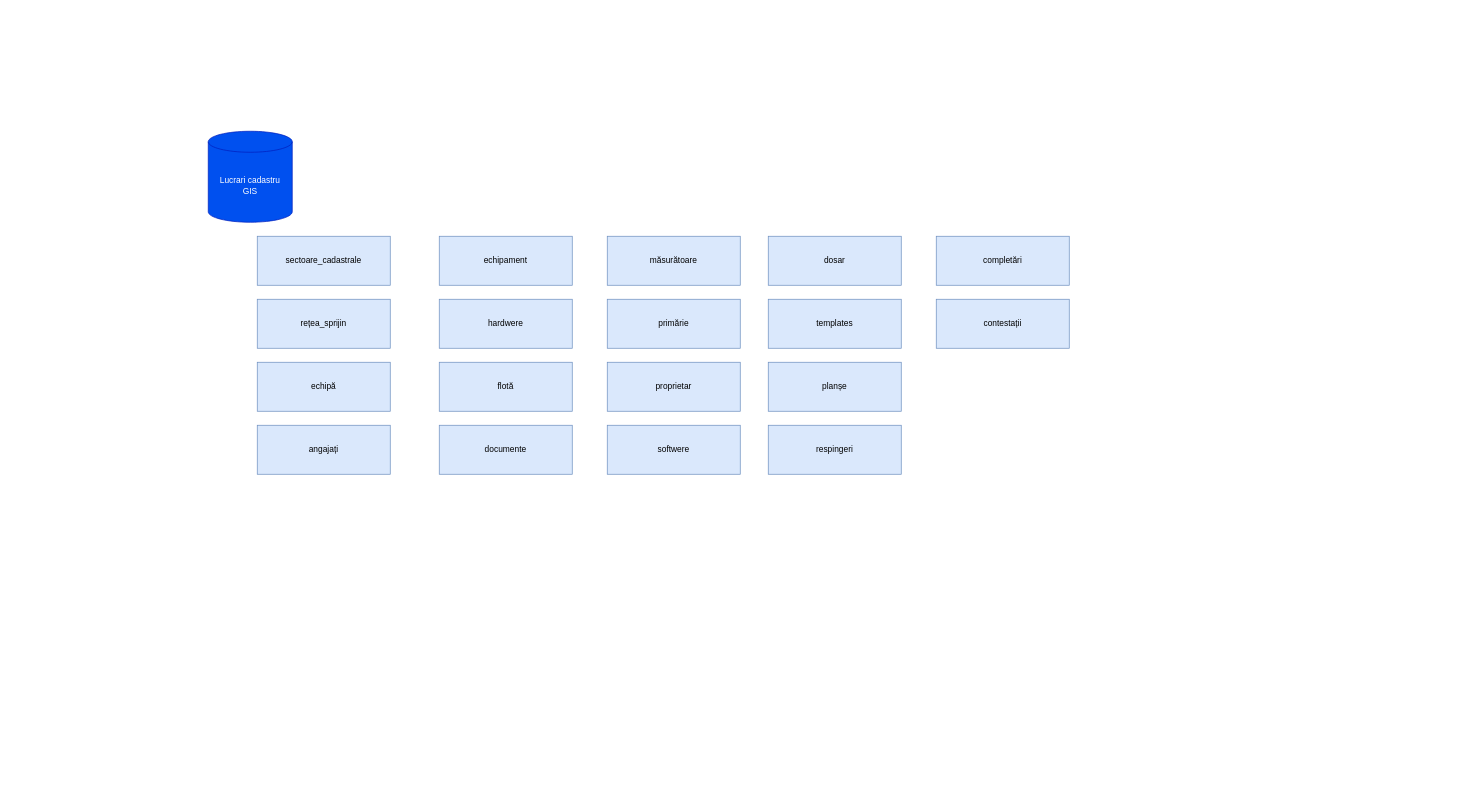
Before: model_abstract.drawio in AndreeaRusanda/modelare_db, a draw.io diagram. Source tidied: cells renumbered, new cells numbered last; positions are measured from the earlier drawing's top-left corner, leaving out a move shared by most shapes. Both pictures are drawn from the tidied source at 70%, with x=0, y=0 at pixel (208, 131).
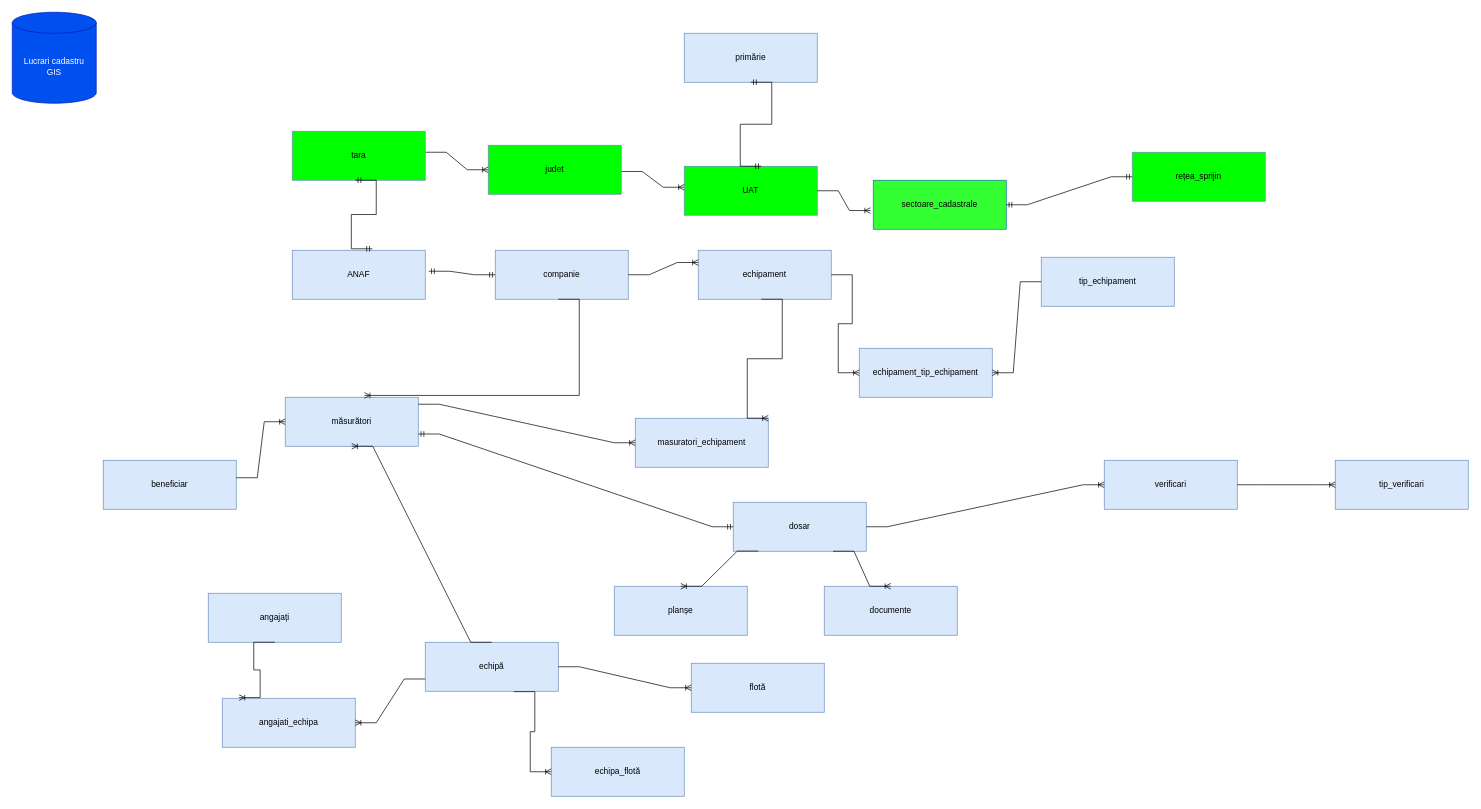
After the change.

What changed in the source:
```diff
@@
     <mxCell id="2" value="Lucrari cadastru &lt;br&gt;GIS" style="shape=cylinder3;whiteSpace=wrap;html=1;boundedLbl=1;backgroundOutline=1;size=15;fillColor=#0050ef;strokeColor=#001DBC;fontColor=#ffffff;" parent="1" vertex="1">
-      <mxGeometry width="120" height="130" as="geometry" />
+      <mxGeometry x="-280" y="-170" width="120" height="130" as="geometry" />
     </mxCell>
-    <mxCell id="3" value="sectoare_cadastrale" style="rounded=0;whiteSpace=wrap;html=1;fillColor=#dae8fc;strokeColor=#6c8ebf;" parent="1" vertex="1">
-      <mxGeometry x="70" y="150" width="190" height="70" as="geometry" />
+    <mxCell id="3" value="sectoare_cadastrale" style="rounded=0;whiteSpace=wrap;html=1;fillColor=#33FF33;strokeColor=#10739e;" parent="1" vertex="1">
+      <mxGeometry x="950" y="70" width="190" height="70" as="geometry" />
     </mxCell>
-    <mxCell id="4" value="rețea_sprijin" style="rounded=0;whiteSpace=wrap;html=1;fillColor=#dae8fc;strokeColor=#6c8ebf;" parent="1" vertex="1">
-      <mxGeometry x="70" y="240" width="190" height="70" as="geometry" />
+    <mxCell id="4" value="rețea_sprijin" style="rounded=0;whiteSpace=wrap;html=1;fillColor=#00FF00;strokeColor=#6c8ebf;" parent="1" vertex="1">
+      <mxGeometry x="1320" y="30" width="190" height="70" as="geometry" />
     </mxCell>
     <mxCell id="5" value="echipă" style="rounded=0;whiteSpace=wrap;html=1;fillColor=#dae8fc;strokeColor=#6c8ebf;" parent="1" vertex="1">
-      <mxGeometry x="70" y="330" width="190" height="70" as="geometry" />
+      <mxGeometry x="310" y="730" width="190" height="70" as="geometry" />
     </mxCell>
     <mxCell id="6" value="angajați" style="rounded=0;whiteSpace=wrap;html=1;fillColor=#dae8fc;strokeColor=#6c8ebf;" parent="1" vertex="1">
-      <mxGeometry x="70" y="420" width="190" height="70" as="geometry" />
+      <mxGeometry y="660" width="190" height="70" as="geometry" />
     </mxCell>
     <mxCell id="7" value="echipament" style="rounded=0;whiteSpace=wrap;html=1;fillColor=#dae8fc;strokeColor=#6c8ebf;" parent="1" vertex="1">
-      <mxGeometry x="330" y="150" width="190" height="70" as="geometry" />
+      <mxGeometry x="700" y="170" width="190" height="70" as="geometry" />
     </mxCell>
-    <mxCell id="8" value="hardwere" style="rounded=0;whiteSpace=wrap;html=1;fillColor=#dae8fc;strokeColor=#6c8ebf;" parent="1" vertex="1">
-      <mxGeometry x="330" y="240" width="190" height="70" as="geometry" />
-    </mxCell>
     <mxCell id="9" value="flotă" style="rounded=0;whiteSpace=wrap;html=1;fillColor=#dae8fc;strokeColor=#6c8ebf;" parent="1" vertex="1">
-      <mxGeometry x="330" y="330" width="190" height="70" as="geometry" />
+      <mxGeometry x="690" y="760" width="190" height="70" as="geometry" />
     </mxCell>
     <mxCell id="10" value="documente" style="rounded=0;whiteSpace=wrap;html=1;fillColor=#dae8fc;strokeColor=#6c8ebf;" parent="1" vertex="1">
-      <mxGeometry x="330" y="420" width="190" height="70" as="geometry" />
+      <mxGeometry x="880" y="650" width="190" height="70" as="geometry" />
     </mxCell>
-    <mxCell id="11" value="măsurătoare" style="rounded=0;whiteSpace=wrap;html=1;fillColor=#dae8fc;strokeColor=#6c8ebf;" parent="1" vertex="1">
-      <mxGeometry x="570" y="150" width="190" height="70" as="geometry" />
+    <mxCell id="11" value="măsurători" style="rounded=0;whiteSpace=wrap;html=1;fillColor=#dae8fc;strokeColor=#6c8ebf;" parent="1" vertex="1">
+      <mxGeometry x="110" y="380" width="190" height="70" as="geometry" />
     </mxCell>
     <mxCell id="12" value="primărie" style="rounded=0;whiteSpace=wrap;html=1;fillColor=#dae8fc;strokeColor=#6c8ebf;" parent="1" vertex="1">
-      <mxGeometry x="570" y="240" width="190" height="70" as="geometry" />
+      <mxGeometry x="680" y="-140" width="190" height="70" as="geometry" />
     </mxCell>
-    <mxCell id="13" value="proprietar" style="rounded=0;whiteSpace=wrap;html=1;fillColor=#dae8fc;strokeColor=#6c8ebf;" parent="1" vertex="1">
-      <mxGeometry x="570" y="330" width="190" height="70" as="geometry" />
+    <mxCell id="13" value="beneficiar" style="rounded=0;whiteSpace=wrap;html=1;fillColor=#dae8fc;strokeColor=#6c8ebf;" parent="1" vertex="1">
+      <mxGeometry x="-150" y="470" width="190" height="70" as="geometry" />
     </mxCell>
-    <mxCell id="14" value="softwere" style="rounded=0;whiteSpace=wrap;html=1;fillColor=#dae8fc;strokeColor=#6c8ebf;" parent="1" vertex="1">
-      <mxGeometry x="570" y="420" width="190" height="70" as="geometry" />
+    <mxCell id="14" value="echipament_tip_echipament" style="rounded=0;whiteSpace=wrap;html=1;fillColor=#dae8fc;strokeColor=#6c8ebf;" parent="1" vertex="1">
+      <mxGeometry x="930" y="310" width="190" height="70" as="geometry" />
     </mxCell>
     <mxCell id="15" value="dosar" style="rounded=0;whiteSpace=wrap;html=1;fillColor=#dae8fc;strokeColor=#6c8ebf;" parent="1" vertex="1">
-      <mxGeometry x="800" y="150" width="190" height="70" as="geometry" />
+      <mxGeometry x="750" y="530" width="190" height="70" as="geometry" />
     </mxCell>
-    <mxCell id="16" value="templates" style="rounded=0;whiteSpace=wrap;html=1;fillColor=#dae8fc;strokeColor=#6c8ebf;" parent="1" vertex="1">
-      <mxGeometry x="800" y="240" width="190" height="70" as="geometry" />
-    </mxCell>
     <mxCell id="17" value="planșe" style="rounded=0;whiteSpace=wrap;html=1;fillColor=#dae8fc;strokeColor=#6c8ebf;" parent="1" vertex="1">
-      <mxGeometry x="800" y="330" width="190" height="70" as="geometry" />
+      <mxGeometry x="580" y="650" width="190" height="70" as="geometry" />
     </mxCell>
-    <mxCell id="18" value="respingeri" style="rounded=0;whiteSpace=wrap;html=1;fillColor=#dae8fc;strokeColor=#6c8ebf;" parent="1" vertex="1">
-      <mxGeometry x="800" y="420" width="190" height="70" as="geometry" />
-    </mxCell>
-    <mxCell id="19" value="completări" style="rounded=0;whiteSpace=wrap;html=1;fillColor=#dae8fc;strokeColor=#6c8ebf;" parent="1" vertex="1">
-      <mxGeometry x="1040" y="150" width="190" height="70" as="geometry" />
-    </mxCell>
-    <mxCell id="20" value="contestații" style="rounded=0;whiteSpace=wrap;html=1;fillColor=#dae8fc;strokeColor=#6c8ebf;" parent="1" vertex="1">
-      <mxGeometry x="1040" y="240" width="190" height="70" as="geometry" />
-    </mxCell>
+    <mxCell id="21" value="UAT" style="rounded=0;whiteSpace=wrap;html=1;fillColor=#00FF00;strokeColor=#6c8ebf;" parent="1" vertex="1">
+      <mxGeometry x="680" y="50" width="190" height="70" as="geometry" />
+    </mxCell>
+    <mxCell id="22" style="edgeStyle=entityRelationEdgeStyle;fontSize=12;html=1;endArrow=ERoneToMany;rounded=0;entryX=0;entryY=0.75;entryDx=0;entryDy=0;" parent="1" edge="1">
+      <mxGeometry relative="1" as="geometry">
+        <mxPoint x="590" y="57.5" as="sourcePoint" />
+        <mxPoint x="680" y="80" as="targetPoint" />
+        <Array as="points">
+          <mxPoint x="590" y="7.5" />
+        </Array>
+      </mxGeometry>
+    </mxCell>
+    <mxCell id="23" value="judet" style="rounded=0;whiteSpace=wrap;html=1;fillColor=#00FF00;strokeColor=#6c8ebf;" parent="1" vertex="1">
+      <mxGeometry x="400" y="20" width="190" height="70" as="geometry" />
+    </mxCell>
+    <mxCell id="24" style="edgeStyle=entityRelationEdgeStyle;fontSize=12;html=1;endArrow=ERoneToMany;rounded=0;entryX=0;entryY=0.5;entryDx=0;entryDy=0;" parent="1" edge="1" target="23">
+      <mxGeometry relative="1" as="geometry">
+        <mxPoint x="310" y="30" as="sourcePoint" />
+      </mxGeometry>
+    </mxCell>
+    <mxCell id="25" value="tara" style="rounded=0;whiteSpace=wrap;html=1;fillColor=#00FF00;strokeColor=#6c8ebf;" parent="1" vertex="1">
+      <mxGeometry x="120" width="190" height="70" as="geometry" />
+    </mxCell>
+    <mxCell id="26" style="edgeStyle=entityRelationEdgeStyle;fontSize=12;html=1;endArrow=ERoneToMany;rounded=0;entryX=-0.021;entryY=0.618;entryDx=0;entryDy=0;entryPerimeter=0;" parent="1" edge="1" target="3">
+      <mxGeometry relative="1" as="geometry">
+        <mxPoint x="870" y="85" as="sourcePoint" />
+      </mxGeometry>
+    </mxCell>
+    <mxCell id="27" value="companie" style="rounded=0;whiteSpace=wrap;html=1;fillColor=#dae8fc;strokeColor=#6c8ebf;" parent="1" vertex="1">
+      <mxGeometry x="410" y="170" width="190" height="70" as="geometry" />
+    </mxCell>
+    <mxCell id="28" style="edgeStyle=entityRelationEdgeStyle;fontSize=12;html=1;endArrow=ERoneToMany;rounded=0;entryX=0;entryY=0.25;entryDx=0;entryDy=0;exitX=1;exitY=0.5;exitDx=0;exitDy=0;" parent="1" edge="1" source="27" target="7">
+      <mxGeometry relative="1" as="geometry" />
+    </mxCell>
+    <mxCell id="29" value="ANAF" style="rounded=0;whiteSpace=wrap;html=1;fillColor=#dae8fc;strokeColor=#6c8ebf;" parent="1" vertex="1">
+      <mxGeometry x="120" y="170" width="190" height="70" as="geometry" />
+    </mxCell>
+    <mxCell id="30" style="edgeStyle=entityRelationEdgeStyle;fontSize=12;html=1;endArrow=ERmandOne;startArrow=ERmandOne;rounded=0;entryX=0;entryY=0.5;entryDx=0;entryDy=0;" parent="1" edge="1" target="27">
+      <mxGeometry relative="1" as="geometry">
+        <mxPoint x="315" y="200" as="sourcePoint" />
+      </mxGeometry>
+    </mxCell>
+    <mxCell id="31" style="edgeStyle=entityRelationEdgeStyle;fontSize=12;html=1;endArrow=ERmandOne;startArrow=ERmandOne;rounded=0;entryX=0.602;entryY=-0.03;entryDx=0;entryDy=0;entryPerimeter=0;" parent="1" edge="1" target="29">
+      <mxGeometry relative="1" as="geometry">
+        <mxPoint x="210" y="70" as="sourcePoint" />
+      </mxGeometry>
+    </mxCell>
+    <mxCell id="32" value="masuratori_echipament" style="rounded=0;whiteSpace=wrap;html=1;fillColor=#dae8fc;strokeColor=#6c8ebf;" parent="1" vertex="1">
+      <mxGeometry x="610" y="410" width="190" height="70" as="geometry" />
+    </mxCell>
+    <mxCell id="33" style="edgeStyle=entityRelationEdgeStyle;fontSize=12;html=1;endArrow=ERoneToMany;rounded=0;entryX=0.595;entryY=-0.037;entryDx=0;entryDy=0;entryPerimeter=0;" parent="1" edge="1" target="11">
+      <mxGeometry relative="1" as="geometry">
+        <mxPoint x="500" y="240" as="sourcePoint" />
+      </mxGeometry>
+    </mxCell>
+    <mxCell id="34" style="edgeStyle=entityRelationEdgeStyle;fontSize=12;html=1;endArrow=ERoneToMany;rounded=0;entryX=1;entryY=0;entryDx=0;entryDy=0;" parent="1" edge="1" target="32">
+      <mxGeometry relative="1" as="geometry">
+        <mxPoint x="790" y="240" as="sourcePoint" />
+      </mxGeometry>
+    </mxCell>
+    <mxCell id="35" style="edgeStyle=entityRelationEdgeStyle;fontSize=12;html=1;endArrow=ERoneToMany;rounded=0;entryX=0;entryY=0.5;entryDx=0;entryDy=0;" parent="1" edge="1" target="32">
+      <mxGeometry relative="1" as="geometry">
+        <mxPoint x="300" y="390" as="sourcePoint" />
+      </mxGeometry>
+    </mxCell>
+    <mxCell id="36" value="angajati_echipa" style="rounded=0;whiteSpace=wrap;html=1;fillColor=#dae8fc;strokeColor=#6c8ebf;" parent="1" vertex="1">
+      <mxGeometry x="20" y="810" width="190" height="70" as="geometry" />
+    </mxCell>
+    <mxCell id="37" style="edgeStyle=entityRelationEdgeStyle;fontSize=12;html=1;endArrow=ERoneToMany;rounded=0;entryX=0.127;entryY=-0.013;entryDx=0;entryDy=0;entryPerimeter=0;exitX=0.5;exitY=1;exitDx=0;exitDy=0;" parent="1" edge="1" source="6" target="36">
+      <mxGeometry relative="1" as="geometry" />
+    </mxCell>
+    <mxCell id="38" style="edgeStyle=entityRelationEdgeStyle;fontSize=12;html=1;endArrow=ERoneToMany;rounded=0;entryX=1;entryY=0.5;entryDx=0;entryDy=0;exitX=0;exitY=0.75;exitDx=0;exitDy=0;" parent="1" edge="1" source="5" target="36">
+      <mxGeometry relative="1" as="geometry">
+        <Array as="points">
+          <mxPoint x="380" y="840" />
+          <mxPoint x="410" y="850" />
+        </Array>
+      </mxGeometry>
+    </mxCell>
+    <mxCell id="39" style="edgeStyle=entityRelationEdgeStyle;fontSize=12;html=1;endArrow=ERoneToMany;rounded=0;exitX=0.5;exitY=0;exitDx=0;exitDy=0;entryX=0.5;entryY=1;entryDx=0;entryDy=0;" parent="1" edge="1" source="5" target="11">
+      <mxGeometry relative="1" as="geometry" />
+    </mxCell>
+    <mxCell id="40" value="echipa_flotă" style="rounded=0;whiteSpace=wrap;html=1;fillColor=#dae8fc;strokeColor=#6c8ebf;" parent="1" vertex="1">
+      <mxGeometry x="490" y="880" width="190" height="70" as="geometry" />
+    </mxCell>
+    <mxCell id="41" style="edgeStyle=entityRelationEdgeStyle;fontSize=12;html=1;endArrow=ERoneToMany;rounded=0;entryX=0;entryY=0.5;entryDx=0;entryDy=0;exitX=0.666;exitY=1.008;exitDx=0;exitDy=0;exitPerimeter=0;" parent="1" edge="1" source="5" target="40">
+      <mxGeometry relative="1" as="geometry" />
+    </mxCell>
+    <mxCell id="42" style="edgeStyle=entityRelationEdgeStyle;fontSize=12;html=1;endArrow=ERoneToMany;rounded=0;entryX=0;entryY=0.5;entryDx=0;entryDy=0;exitX=1;exitY=0.5;exitDx=0;exitDy=0;" parent="1" edge="1" source="5" target="9">
+      <mxGeometry relative="1" as="geometry" />
+    </mxCell>
+    <mxCell id="43" style="edgeStyle=entityRelationEdgeStyle;fontSize=12;html=1;endArrow=ERmandOne;startArrow=ERmandOne;rounded=0;entryX=0;entryY=0.5;entryDx=0;entryDy=0;exitX=1;exitY=0.5;exitDx=0;exitDy=0;" parent="1" edge="1" source="3" target="4">
+      <mxGeometry relative="1" as="geometry" />
+    </mxCell>
+    <mxCell id="44" style="edgeStyle=entityRelationEdgeStyle;fontSize=12;html=1;endArrow=ERmandOne;startArrow=ERmandOne;rounded=0;entryX=0.579;entryY=0;entryDx=0;entryDy=0;entryPerimeter=0;exitX=0.5;exitY=1;exitDx=0;exitDy=0;" parent="1" edge="1" source="12" target="21">
+      <mxGeometry relative="1" as="geometry" />
+    </mxCell>
+    <mxCell id="45" style="edgeStyle=entityRelationEdgeStyle;fontSize=12;html=1;endArrow=ERoneToMany;rounded=0;entryX=0;entryY=0.5;entryDx=0;entryDy=0;" parent="1" edge="1" target="11">
+      <mxGeometry relative="1" as="geometry">
+        <mxPoint x="40" y="495" as="sourcePoint" />
+      </mxGeometry>
+    </mxCell>
+    <mxCell id="46" value="tip_echipament" style="rounded=0;whiteSpace=wrap;html=1;fillColor=#dae8fc;strokeColor=#6c8ebf;" parent="1" vertex="1">
+      <mxGeometry x="1190" y="180" width="190" height="70" as="geometry" />
+    </mxCell>
+    <mxCell id="47" style="edgeStyle=entityRelationEdgeStyle;fontSize=12;html=1;endArrow=ERoneToMany;rounded=0;entryX=0;entryY=0.5;entryDx=0;entryDy=0;exitX=1;exitY=0.5;exitDx=0;exitDy=0;" parent="1" edge="1" source="7" target="14">
+      <mxGeometry relative="1" as="geometry" />
+    </mxCell>
+    <mxCell id="48" style="edgeStyle=entityRelationEdgeStyle;fontSize=12;html=1;endArrow=ERoneToMany;rounded=0;exitX=0;exitY=0.5;exitDx=0;exitDy=0;entryX=1;entryY=0.5;entryDx=0;entryDy=0;" parent="1" edge="1" source="46" target="14">
+      <mxGeometry relative="1" as="geometry" />
+    </mxCell>
+    <mxCell id="49" value="verificari" style="rounded=0;whiteSpace=wrap;html=1;fillColor=#dae8fc;strokeColor=#6c8ebf;" parent="1" vertex="1">
+      <mxGeometry x="1280" y="470" width="190" height="70" as="geometry" />
+    </mxCell>
+    <mxCell id="50" value="tip_verificari" style="rounded=0;whiteSpace=wrap;html=1;fillColor=#dae8fc;strokeColor=#6c8ebf;" parent="1" vertex="1">
+      <mxGeometry x="1610" y="470" width="190" height="70" as="geometry" />
+    </mxCell>
+    <mxCell id="51" style="edgeStyle=entityRelationEdgeStyle;fontSize=12;html=1;endArrow=ERoneToMany;rounded=0;exitX=1;exitY=0.5;exitDx=0;exitDy=0;entryX=0;entryY=0.5;entryDx=0;entryDy=0;" parent="1" edge="1" source="49" target="50">
+      <mxGeometry relative="1" as="geometry" />
+    </mxCell>
+    <mxCell id="52" style="edgeStyle=entityRelationEdgeStyle;fontSize=12;html=1;endArrow=ERmandOne;startArrow=ERmandOne;rounded=0;exitX=1;exitY=0.75;exitDx=0;exitDy=0;entryX=0;entryY=0.5;entryDx=0;entryDy=0;" parent="1" edge="1" source="11" target="15">
+      <mxGeometry relative="1" as="geometry" />
+    </mxCell>
+    <mxCell id="53" style="edgeStyle=entityRelationEdgeStyle;fontSize=12;html=1;endArrow=ERoneToMany;rounded=0;exitX=1;exitY=0.5;exitDx=0;exitDy=0;entryX=0;entryY=0.5;entryDx=0;entryDy=0;" parent="1" edge="1" source="15" target="49">
+      <mxGeometry relative="1" as="geometry" />
+    </mxCell>
+    <mxCell id="54" style="edgeStyle=entityRelationEdgeStyle;fontSize=12;html=1;endArrow=ERoneToMany;rounded=0;exitX=0.188;exitY=0.997;exitDx=0;exitDy=0;exitPerimeter=0;entryX=0.5;entryY=0;entryDx=0;entryDy=0;" parent="1" edge="1" source="15" target="17">
+      <mxGeometry relative="1" as="geometry" />
+    </mxCell>
+    <mxCell id="55" style="edgeStyle=entityRelationEdgeStyle;fontSize=12;html=1;endArrow=ERoneToMany;rounded=0;entryX=0.5;entryY=0;entryDx=0;entryDy=0;exitX=0.75;exitY=1;exitDx=0;exitDy=0;" parent="1" edge="1" source="15" target="10">
+      <mxGeometry relative="1" as="geometry" />
+    </mxCell>
```
